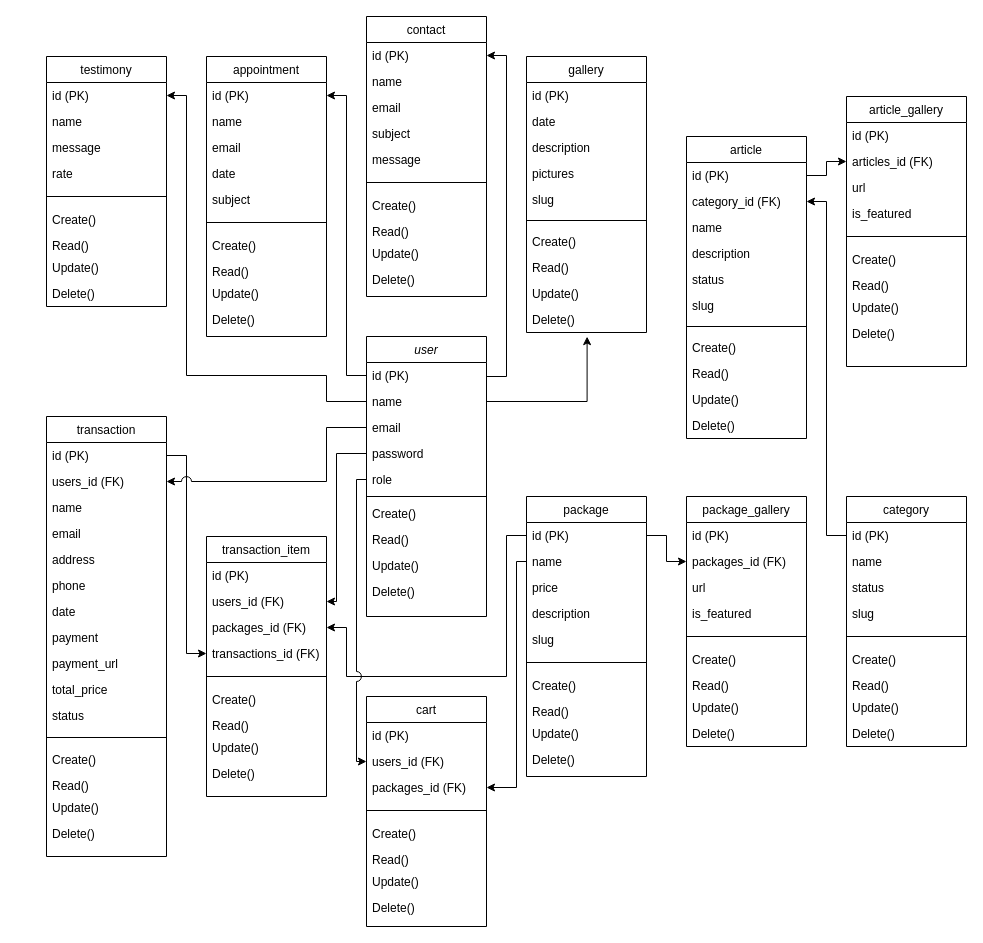
This is diagram/Class Diagram.drawio from wepro-v/asset, a draw.io file, before an edit. Source tidied: cells renumbered, new cells numbered last; positions are measured from the earlier drawing's top-left corner, leaving out a move shared by most shapes. Both pictures are drawn from the tidied source at 100%, with x=0, y=0 at pixel (46, 16).
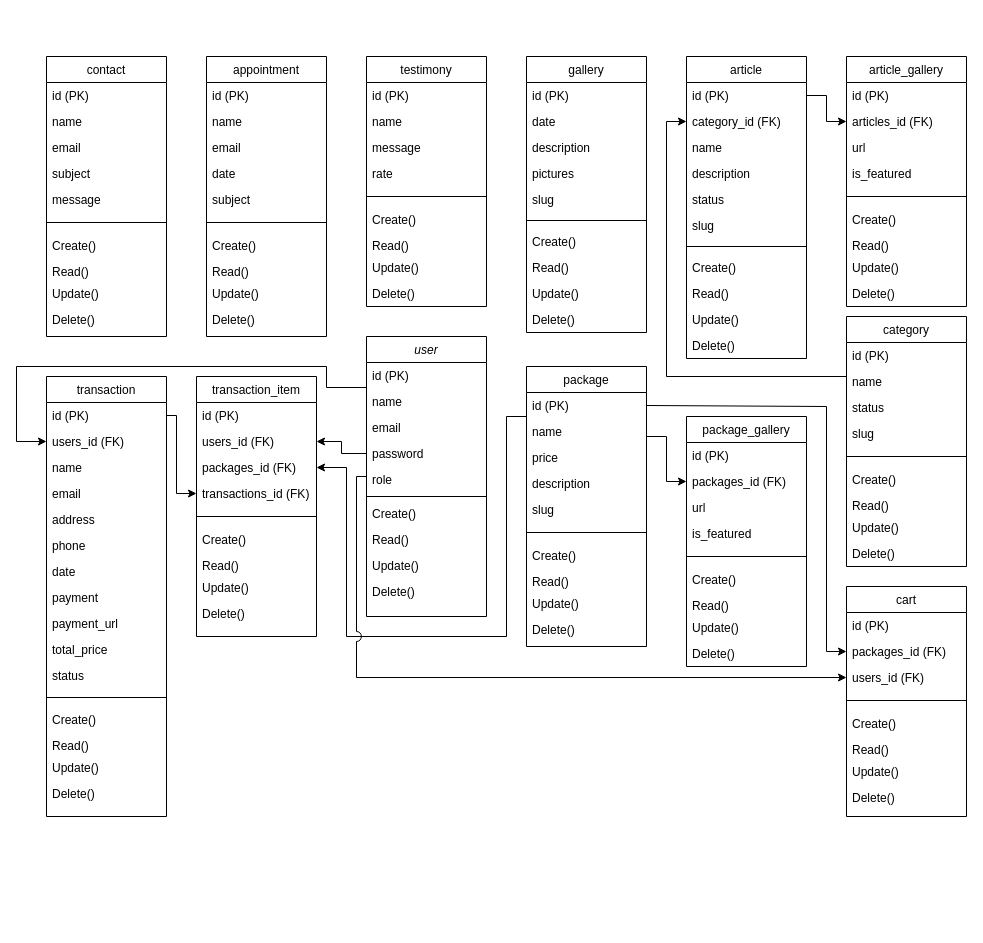
The same diagram, later.

Unchanged cells that the change refers to:
```xml
<mxCell id="5" value="id (PK)" style="text;align=left;verticalAlign=top;spacingLeft=4;spacingRight=4;overflow=hidden;points=[[0,0.5],[1,0.5]];portConstraint=eastwest;" parent="4" vertex="1">
  <mxGeometry y="26" width="120" height="26" as="geometry" />
</mxCell>
<mxCell id="6" value="name" style="text;align=left;verticalAlign=top;spacingLeft=4;spacingRight=4;overflow=hidden;points=[[0,0.5],[1,0.5]];portConstraint=eastwest;rounded=0;shadow=0;html=0;" parent="4" vertex="1">
  <mxGeometry y="52" width="120" height="26" as="geometry" />
</mxCell>
<mxCell id="7" value="email" style="text;align=left;verticalAlign=top;spacingLeft=4;spacingRight=4;overflow=hidden;points=[[0,0.5],[1,0.5]];portConstraint=eastwest;" parent="4" vertex="1">
  <mxGeometry y="78" width="120" height="26" as="geometry" />
</mxCell>
<mxCell id="8" value="password" style="text;align=left;verticalAlign=top;spacingLeft=4;spacingRight=4;overflow=hidden;points=[[0,0.5],[1,0.5]];portConstraint=eastwest;" parent="4" vertex="1">
  <mxGeometry y="104" width="120" height="26" as="geometry" />
</mxCell>
<mxCell id="9" value="role" style="text;align=left;verticalAlign=top;spacingLeft=4;spacingRight=4;overflow=hidden;points=[[0,0.5],[1,0.5]];portConstraint=eastwest;" parent="4" vertex="1">
  <mxGeometry y="130" width="120" height="26" as="geometry" />
</mxCell>
<mxCell id="16" value="id (PK)" style="text;align=left;verticalAlign=top;spacingLeft=4;spacingRight=4;overflow=hidden;points=[[0,0.5],[1,0.5]];portConstraint=eastwest;" parent="15" vertex="1">
  <mxGeometry y="26" width="120" height="26" as="geometry" />
</mxCell>
<mxCell id="17" value="name" style="text;align=left;verticalAlign=top;spacingLeft=4;spacingRight=4;overflow=hidden;points=[[0,0.5],[1,0.5]];portConstraint=eastwest;rounded=0;shadow=0;html=0;" parent="15" vertex="1">
  <mxGeometry y="52" width="120" height="26" as="geometry" />
</mxCell>
<mxCell id="27" value="id (PK)" style="text;align=left;verticalAlign=top;spacingLeft=4;spacingRight=4;overflow=hidden;points=[[0,0.5],[1,0.5]];portConstraint=eastwest;" parent="26" vertex="1">
  <mxGeometry y="26" width="120" height="26" as="geometry" />
</mxCell>
<mxCell id="28" value="category_id (FK)" style="text;align=left;verticalAlign=top;spacingLeft=4;spacingRight=4;overflow=hidden;points=[[0,0.5],[1,0.5]];portConstraint=eastwest;rounded=0;shadow=0;html=0;" parent="26" vertex="1">
  <mxGeometry y="52" width="120" height="26" as="geometry" />
</mxCell>
<mxCell id="48" value="Delete()" style="text;align=left;verticalAlign=top;spacingLeft=4;spacingRight=4;overflow=hidden;points=[[0,0.5],[1,0.5]];portConstraint=eastwest;rounded=0;shadow=0;html=0;" parent="38" vertex="1">
  <mxGeometry y="250" width="120" height="26" as="geometry" />
</mxCell>
<mxCell id="50" value="id (PK)" style="text;align=left;verticalAlign=top;spacingLeft=4;spacingRight=4;overflow=hidden;points=[[0,0.5],[1,0.5]];portConstraint=eastwest;" parent="49" vertex="1">
  <mxGeometry y="26" width="120" height="26" as="geometry" />
</mxCell>
<mxCell id="61" value="id (PK)" style="text;align=left;verticalAlign=top;spacingLeft=4;spacingRight=4;overflow=hidden;points=[[0,0.5],[1,0.5]];portConstraint=eastwest;" parent="60" vertex="1">
  <mxGeometry y="26" width="120" height="26" as="geometry" />
</mxCell>
<mxCell id="62" value="users_id (FK)&#10;" style="text;align=left;verticalAlign=top;spacingLeft=4;spacingRight=4;overflow=hidden;points=[[0,0.5],[1,0.5]];portConstraint=eastwest;rounded=0;shadow=0;html=0;" parent="60" vertex="1">
  <mxGeometry y="52" width="120" height="26" as="geometry" />
</mxCell>
<mxCell id="80" value="packages_id (FK)" style="text;align=left;verticalAlign=top;spacingLeft=4;spacingRight=4;overflow=hidden;points=[[0,0.5],[1,0.5]];portConstraint=eastwest;rounded=0;shadow=0;html=0;" parent="78" vertex="1">
  <mxGeometry y="52" width="120" height="26" as="geometry" />
</mxCell>
<mxCell id="91" value="articles_id (FK)&#10;" style="text;align=left;verticalAlign=top;spacingLeft=4;spacingRight=4;overflow=hidden;points=[[0,0.5],[1,0.5]];portConstraint=eastwest;rounded=0;shadow=0;html=0;" parent="89" vertex="1">
  <mxGeometry y="52" width="120" height="26" as="geometry" />
</mxCell>
<mxCell id="101" value="users_id (FK)" style="text;align=left;verticalAlign=top;spacingLeft=4;spacingRight=4;overflow=hidden;points=[[0,0.5],[1,0.5]];portConstraint=eastwest;rounded=0;shadow=0;html=0;" parent="99" vertex="1">
  <mxGeometry y="52" width="120" height="26" as="geometry" />
</mxCell>
<mxCell id="102" value="packages_id (FK)" style="text;align=left;verticalAlign=top;spacingLeft=4;spacingRight=4;overflow=hidden;points=[[0,0.5],[1,0.5]];portConstraint=eastwest;rounded=0;shadow=0;html=0;" parent="99" vertex="1">
  <mxGeometry y="78" width="120" height="26" as="geometry" />
</mxCell>
<mxCell id="103" value="transactions_id (FK)" style="text;align=left;verticalAlign=top;spacingLeft=4;spacingRight=4;overflow=hidden;points=[[0,0.5],[1,0.5]];portConstraint=eastwest;rounded=0;shadow=0;html=0;" parent="99" vertex="1">
  <mxGeometry y="104" width="120" height="26" as="geometry" />
</mxCell>
<mxCell id="110" value="id (PK)" style="text;align=left;verticalAlign=top;spacingLeft=4;spacingRight=4;overflow=hidden;points=[[0,0.5],[1,0.5]];portConstraint=eastwest;" parent="109" vertex="1">
  <mxGeometry y="26" width="120" height="26" as="geometry" />
</mxCell>
<mxCell id="130" value="id (PK)" style="text;align=left;verticalAlign=top;spacingLeft=4;spacingRight=4;overflow=hidden;points=[[0,0.5],[1,0.5]];portConstraint=eastwest;" parent="129" vertex="1">
  <mxGeometry y="26" width="120" height="26" as="geometry" />
</mxCell>
<mxCell id="141" value="id (PK)" style="text;align=left;verticalAlign=top;spacingLeft=4;spacingRight=4;overflow=hidden;points=[[0,0.5],[1,0.5]];portConstraint=eastwest;" parent="140" vertex="1">
  <mxGeometry y="26" width="120" height="26" as="geometry" />
</mxCell>
```

What changed in the source:
```diff
@@
-    <mxCell id="2" style="edgeStyle=orthogonalEdgeStyle;rounded=0;jettySize=auto;html=1;entryX=1;entryY=0.5;entryDx=0;entryDy=0;exitX=0;exitY=0.5;exitDx=0;exitDy=0;" parent="1" edge="1" source="5" target="50">
-      <mxGeometry relative="1" as="geometry">
-        <Array as="points">
-          <mxPoint x="300" y="359" />
-          <mxPoint x="300" y="79" />
-        </Array>
-      </mxGeometry>
-    </mxCell>
-    <mxCell id="3" style="edgeStyle=orthogonalEdgeStyle;rounded=0;jettySize=auto;html=1;entryX=1;entryY=0.5;entryDx=0;entryDy=0;" parent="1" edge="1" target="110">
-      <mxGeometry relative="1" as="geometry">
-        <mxPoint x="440" y="360" as="sourcePoint" />
-        <Array as="points">
-          <mxPoint x="460" y="360" />
-          <mxPoint x="460" y="39" />
-        </Array>
-      </mxGeometry>
-    </mxCell>
@@
     <mxCell id="15" value="package" style="swimlane;fontStyle=0;align=center;verticalAlign=top;horizontal=1;startSize=26;rounded=0;shadow=0;strokeWidth=1;" parent="1" vertex="1">
-      <mxGeometry x="480" y="480" width="120" height="280" as="geometry" />
+      <mxGeometry x="480" y="350" width="120" height="280" as="geometry" />
     </mxCell>
@@
     <mxCell id="26" value="article" style="swimlane;fontStyle=0;align=center;verticalAlign=top;horizontal=1;startSize=26;rounded=0;shadow=0;strokeWidth=1;" parent="1" vertex="1">
-      <mxGeometry x="640" y="120" width="120" height="302" as="geometry" />
+      <mxGeometry x="640" y="40" width="120" height="302" as="geometry" />
     </mxCell>
@@
     <mxCell id="60" value="transaction" style="swimlane;fontStyle=0;align=center;verticalAlign=top;horizontal=1;startSize=26;rounded=0;shadow=0;strokeWidth=1;" parent="1" vertex="1">
-      <mxGeometry y="400" width="120" height="440" as="geometry" />
+      <mxGeometry y="360" width="120" height="440" as="geometry" />
     </mxCell>
@@
-    <mxCell id="77" style="edgeStyle=orthogonalEdgeStyle;rounded=0;jettySize=auto;html=1;entryX=0.505;entryY=1.158;entryDx=0;entryDy=0;entryPerimeter=0;exitX=1;exitY=0.5;exitDx=0;exitDy=0;" parent="1" edge="1" source="6" target="48">
-      <mxGeometry relative="1" as="geometry">
-        <Array as="points">
-          <mxPoint x="541" y="385" />
-        </Array>
-      </mxGeometry>
-    </mxCell>
     <mxCell id="78" value="package_gallery" style="swimlane;fontStyle=0;align=center;verticalAlign=top;horizontal=1;startSize=26;rounded=0;shadow=0;strokeWidth=1;" parent="1" vertex="1">
-      <mxGeometry x="640" y="480" width="120" height="250" as="geometry" />
+      <mxGeometry x="640" y="400" width="120" height="250" as="geometry" />
     </mxCell>
@@
-    <mxCell id="88" style="edgeStyle=orthogonalEdgeStyle;rounded=0;jettySize=auto;html=1;entryX=0;entryY=0.5;entryDx=0;entryDy=0;" parent="1" edge="1" source="16" target="80">
-      <mxGeometry relative="1" as="geometry" />
+    <mxCell id="88" style="edgeStyle=orthogonalEdgeStyle;rounded=0;jettySize=auto;html=1;entryX=0;entryY=0.5;entryDx=0;entryDy=0;" parent="1" edge="1" target="80">
+      <mxGeometry relative="1" as="geometry">
+        <mxPoint x="600" y="420" as="sourcePoint" />
+        <Array as="points">
+          <mxPoint x="620" y="420" />
+          <mxPoint x="620" y="465" />
+        </Array>
+      </mxGeometry>
     </mxCell>
     <mxCell id="89" value="article_gallery" style="swimlane;fontStyle=0;align=center;verticalAlign=top;horizontal=1;startSize=26;rounded=0;shadow=0;strokeWidth=1;" parent="1" vertex="1">
-      <mxGeometry x="800" y="80" width="120" height="270" as="geometry" />
+      <mxGeometry x="800" y="40" width="120" height="250" as="geometry" />
     </mxCell>
@@
     <mxCell id="99" value="transaction_item&#10;" style="swimlane;fontStyle=0;align=center;verticalAlign=top;horizontal=1;startSize=26;rounded=0;shadow=0;strokeWidth=1;" parent="1" vertex="1">
-      <mxGeometry x="160" y="520" width="120" height="260" as="geometry" />
+      <mxGeometry x="150" y="360" width="120" height="260" as="geometry" />
     </mxCell>
@@
     <mxCell id="109" value="contact" style="swimlane;fontStyle=0;align=center;verticalAlign=top;horizontal=1;startSize=26;rounded=0;shadow=0;strokeWidth=1;" parent="1" vertex="1">
-      <mxGeometry x="320" width="120" height="280" as="geometry" />
+      <mxGeometry y="40" width="120" height="280" as="geometry" />
     </mxCell>
@@
     <mxCell id="120" value="cart" style="swimlane;fontStyle=0;align=center;verticalAlign=top;horizontal=1;startSize=26;rounded=0;shadow=0;strokeWidth=1;" parent="1" vertex="1">
-      <mxGeometry x="320" y="680" width="120" height="230" as="geometry" />
+      <mxGeometry x="800" y="570" width="120" height="230" as="geometry" />
     </mxCell>
@@
+    <mxCell id="123" value="packages_id (FK)" style="text;align=left;verticalAlign=top;spacingLeft=4;spacingRight=4;overflow=hidden;points=[[0,0.5],[1,0.5]];portConstraint=eastwest;rounded=0;shadow=0;html=0;" parent="120" vertex="1">
+      <mxGeometry y="52" width="120" height="26" as="geometry" />
+    </mxCell>
     <mxCell id="122" value="users_id (FK)" style="text;align=left;verticalAlign=top;spacingLeft=4;spacingRight=4;overflow=hidden;points=[[0,0.5],[1,0.5]];portConstraint=eastwest;rounded=0;shadow=0;html=0;" parent="120" vertex="1">
-      <mxGeometry y="52" width="120" height="26" as="geometry" />
+      <mxGeometry y="78" width="120" height="26" as="geometry" />
     </mxCell>
-    <mxCell id="123" value="packages_id (FK)" style="text;align=left;verticalAlign=top;spacingLeft=4;spacingRight=4;overflow=hidden;points=[[0,0.5],[1,0.5]];portConstraint=eastwest;rounded=0;shadow=0;html=0;" parent="120" vertex="1">
-      <mxGeometry y="78" width="120" height="26" as="geometry" />
-    </mxCell>
@@
     <mxCell id="129" value="category" style="swimlane;fontStyle=0;align=center;verticalAlign=top;horizontal=1;startSize=26;rounded=0;shadow=0;strokeWidth=1;" parent="1" vertex="1">
-      <mxGeometry x="800" y="480" width="120" height="250" as="geometry" />
+      <mxGeometry x="800" y="300" width="120" height="250" as="geometry" />
     </mxCell>
@@
-    <mxCell id="139" style="edgeStyle=orthogonalEdgeStyle;rounded=0;jettySize=auto;html=1;exitX=1;exitY=0.5;exitDx=0;exitDy=0;entryX=0;entryY=0.5;entryDx=0;entryDy=0;" parent="1" edge="1" source="61" target="103">
-      <mxGeometry relative="1" as="geometry" />
-    </mxCell>
     <mxCell id="140" value="testimony" style="swimlane;fontStyle=0;align=center;verticalAlign=top;horizontal=1;startSize=26;rounded=0;shadow=0;strokeWidth=1;" parent="1" vertex="1">
-      <mxGeometry y="40" width="120" height="250" as="geometry" />
+      <mxGeometry x="320" y="40" width="120" height="250" as="geometry" />
     </mxCell>
@@
-    <mxCell id="150" style="edgeStyle=orthogonalEdgeStyle;rounded=0;jettySize=auto;html=1;entryX=1;entryY=0.5;entryDx=0;entryDy=0;exitX=0;exitY=0.5;exitDx=0;exitDy=0;jumpStyle=arc;" parent="1" edge="1" source="16" target="102">
+    <mxCell id="150" style="edgeStyle=orthogonalEdgeStyle;rounded=0;jettySize=auto;html=1;entryX=1;entryY=0.5;entryDx=0;entryDy=0;jumpStyle=arc;" parent="1" edge="1" target="102">
       <mxGeometry relative="1" as="geometry">
+        <mxPoint x="480" y="400" as="sourcePoint" />
         <Array as="points">
-          <mxPoint x="460" y="519" />
-          <mxPoint x="460" y="660" />
-          <mxPoint x="300" y="660" />
-          <mxPoint x="300" y="611" />
+          <mxPoint x="460" y="400" />
+          <mxPoint x="460" y="620" />
+          <mxPoint x="300" y="620" />
+          <mxPoint x="300" y="451" />
         </Array>
       </mxGeometry>
     </mxCell>
-    <mxCell id="151" style="edgeStyle=orthogonalEdgeStyle;rounded=0;jettySize=auto;html=1;entryX=1;entryY=0.5;entryDx=0;entryDy=0;exitX=0;exitY=0.5;exitDx=0;exitDy=0;" parent="1" edge="1" source="17" target="123">
-      <mxGeometry relative="1" as="geometry">
-        <Array as="points">
-          <mxPoint x="470" y="545" />
-          <mxPoint x="470" y="771" />
-        </Array>
-      </mxGeometry>
-    </mxCell>
-    <mxCell id="152" style="edgeStyle=orthogonalEdgeStyle;rounded=0;jettySize=auto;html=1;entryX=0;entryY=0.5;entryDx=0;entryDy=0;jumpStyle=arc;jumpSize=10;exitX=0;exitY=0.5;exitDx=0;exitDy=0;" parent="1" edge="1" source="9" target="122">
+    <mxCell id="152" style="edgeStyle=orthogonalEdgeStyle;rounded=0;jettySize=auto;html=1;jumpStyle=arc;jumpSize=10;exitX=0;exitY=0.5;exitDx=0;exitDy=0;entryX=0;entryY=0.5;entryDx=0;entryDy=0;" parent="1" edge="1" source="9" target="122">
       <mxGeometry relative="1" as="geometry">
         <Array as="points">
-          <mxPoint x="310" y="463" />
-          <mxPoint x="310" y="745" />
+          <mxPoint x="320" y="460" />
+          <mxPoint x="310" y="460" />
+          <mxPoint x="310" y="661" />
         </Array>
       </mxGeometry>
     </mxCell>
-    <mxCell id="153" style="edgeStyle=orthogonalEdgeStyle;rounded=0;jettySize=auto;html=1;entryX=1;entryY=0.5;entryDx=0;entryDy=0;exitX=0;exitY=0.5;exitDx=0;exitDy=0;" parent="1" edge="1" source="6" target="141">
-      <mxGeometry relative="1" as="geometry">
-        <Array as="points">
-          <mxPoint x="280" y="385" />
-          <mxPoint x="280" y="359" />
-          <mxPoint x="140" y="359" />
-          <mxPoint x="140" y="79" />
-        </Array>
-      </mxGeometry>
-    </mxCell>
-    <mxCell id="154" style="edgeStyle=orthogonalEdgeStyle;rounded=0;jettySize=auto;html=1;entryX=1;entryY=0.5;entryDx=0;entryDy=0;" parent="1" edge="1" source="130" target="28">
-      <mxGeometry relative="1" as="geometry" />
+    <mxCell id="154" style="edgeStyle=orthogonalEdgeStyle;rounded=0;jettySize=auto;html=1;entryX=0;entryY=0.5;entryDx=0;entryDy=0;exitX=0;exitY=0.5;exitDx=0;exitDy=0;" parent="1" edge="1" source="130" target="28">
+      <mxGeometry relative="1" as="geometry">
+        <Array as="points">
+          <mxPoint x="800" y="360" />
+          <mxPoint x="620" y="360" />
+          <mxPoint x="620" y="105" />
+        </Array>
+      </mxGeometry>
     </mxCell>
-    <mxCell id="155" style="edgeStyle=orthogonalEdgeStyle;rounded=0;jettySize=auto;html=1;entryX=0;entryY=0.5;entryDx=0;entryDy=0;" parent="1" edge="1" target="91">
-      <mxGeometry relative="1" as="geometry">
-        <mxPoint x="760" y="159" as="sourcePoint" />
-        <Array as="points">
-          <mxPoint x="780" y="159" />
-          <mxPoint x="780" y="145" />
-        </Array>
-      </mxGeometry>
-    </mxCell>
-    <mxCell id="156" style="edgeStyle=orthogonalEdgeStyle;rounded=0;jettySize=auto;html=1;entryX=1;entryY=0.5;entryDx=0;entryDy=0;exitX=0;exitY=0.5;exitDx=0;exitDy=0;jumpStyle=arc;jumpSize=10;" parent="1" edge="1" source="7" target="62">
+    <mxCell id="156" style="edgeStyle=orthogonalEdgeStyle;rounded=0;jettySize=auto;html=1;entryX=0;entryY=0.5;entryDx=0;entryDy=0;exitX=0;exitY=0.5;exitDx=0;exitDy=0;jumpStyle=arc;jumpSize=10;" parent="1" edge="1" source="7" target="62">
       <mxGeometry relative="1" as="geometry">
         <Array as="points">
-          <mxPoint x="280" y="411" />
-          <mxPoint x="280" y="465" />
+          <mxPoint x="280" y="371" />
+          <mxPoint x="280" y="350" />
+          <mxPoint x="-30" y="350" />
+          <mxPoint x="-30" y="425" />
         </Array>
       </mxGeometry>
     </mxCell>
+    <mxCell id="158" style="edgeStyle=orthogonalEdgeStyle;rounded=0;jettySize=auto;html=1;exitX=1;exitY=0.5;exitDx=0;exitDy=0;entryX=0;entryY=0.5;entryDx=0;entryDy=0;" parent="1" edge="1" source="27" target="91">
+      <mxGeometry relative="1" as="geometry" />
+    </mxCell>
+    <mxCell id="139" style="edgeStyle=orthogonalEdgeStyle;rounded=0;jettySize=auto;html=1;exitX=1;exitY=0.5;exitDx=0;exitDy=0;entryX=0;entryY=0.5;entryDx=0;entryDy=0;" parent="1" edge="1" source="61" target="103">
+      <mxGeometry relative="1" as="geometry">
+        <Array as="points">
+          <mxPoint x="130" y="399" />
+          <mxPoint x="130" y="477" />
+        </Array>
+      </mxGeometry>
+    </mxCell>
-    <mxCell id="157" style="edgeStyle=orthogonalEdgeStyle;rounded=0;jettySize=auto;html=1;entryX=1;entryY=0.5;entryDx=0;entryDy=0;jumpStyle=arc;jumpSize=10;exitX=0;exitY=0.5;exitDx=0;exitDy=0;" parent="1" edge="1" source="8" target="101">
-      <mxGeometry relative="1" as="geometry">
-        <Array as="points">
-          <mxPoint x="290" y="437" />
-          <mxPoint x="290" y="585" />
-        </Array>
-      </mxGeometry>
+    <mxCell id="157" style="edgeStyle=orthogonalEdgeStyle;rounded=0;jettySize=auto;html=1;entryX=1;entryY=0.5;entryDx=0;entryDy=0;" parent="1" edge="1" source="8" target="101">
+      <mxGeometry relative="1" as="geometry" />
     </mxCell>
+    <mxCell id="159" style="edgeStyle=orthogonalEdgeStyle;rounded=0;jettySize=auto;html=1;exitX=1;exitY=0.5;exitDx=0;exitDy=0;entryX=0;entryY=0.5;entryDx=0;entryDy=0;jumpStyle=arc;jumpSize=10;" parent="1" edge="1" source="16" target="123">
+      <mxGeometry relative="1" as="geometry">
+        <Array as="points">
+          <mxPoint x="600" y="390" />
+          <mxPoint x="780" y="390" />
+          <mxPoint x="780" y="635" />
+        </Array>
+      </mxGeometry>
+    </mxCell>
```
